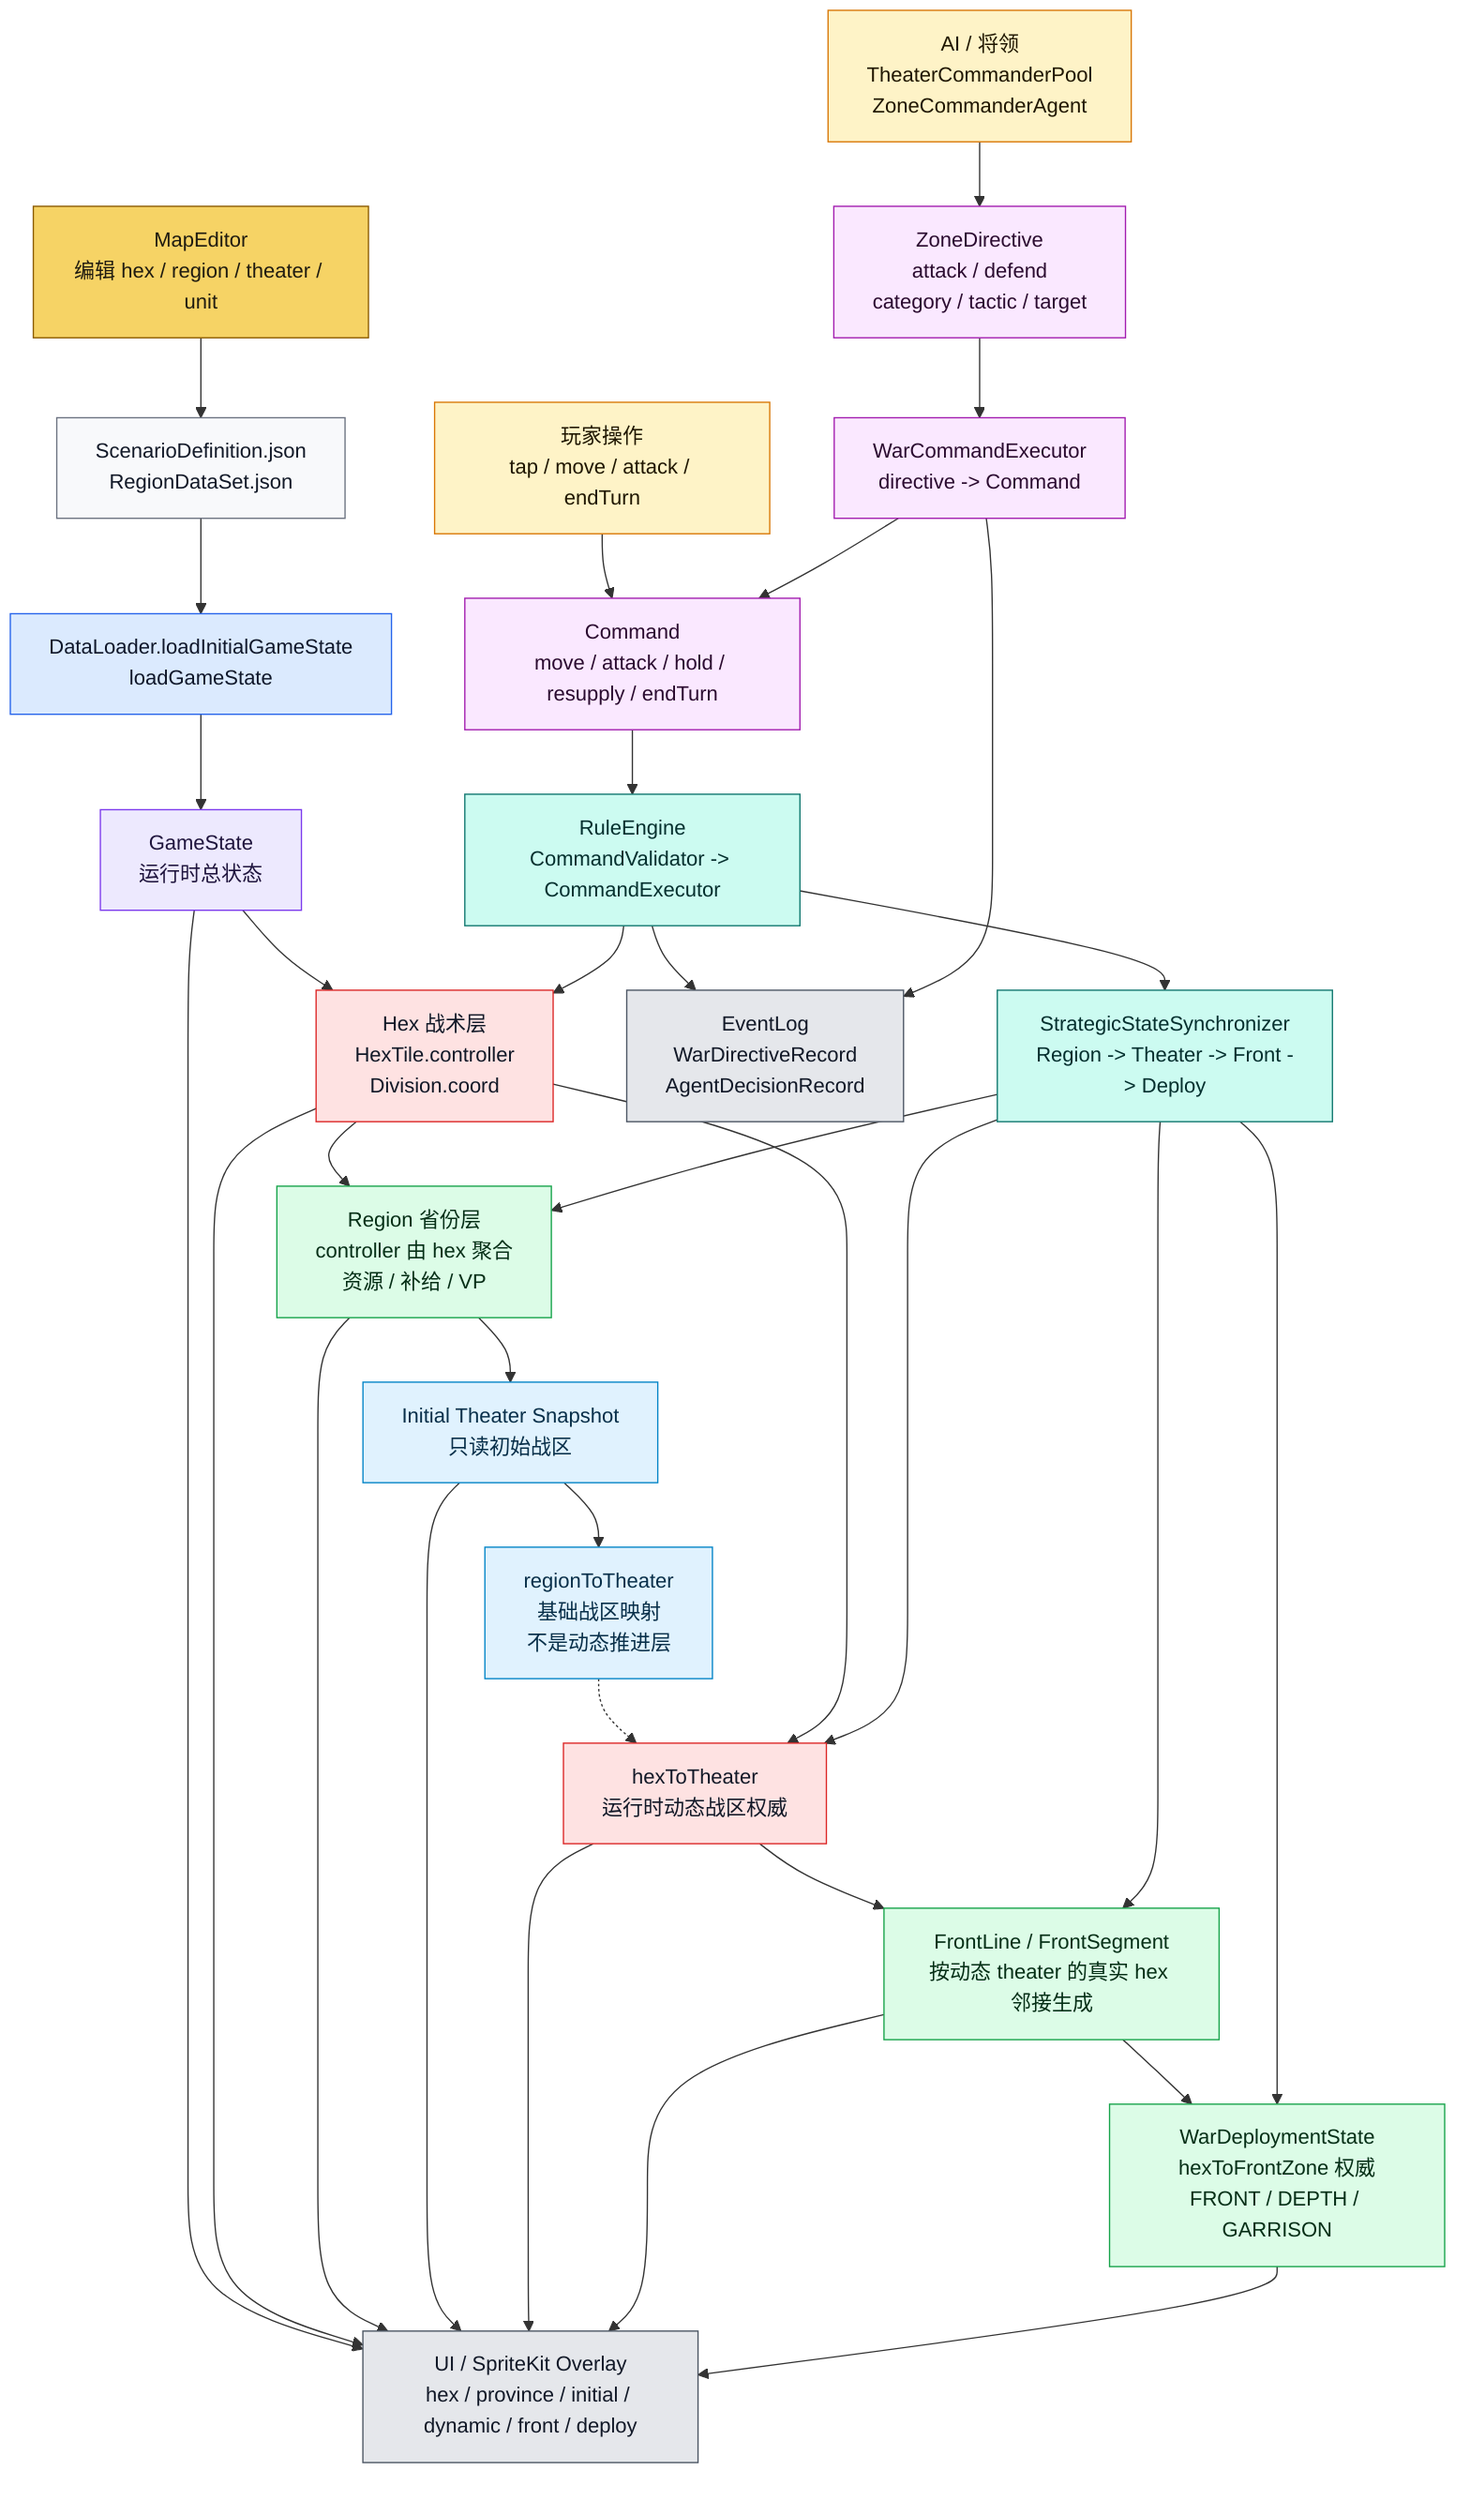
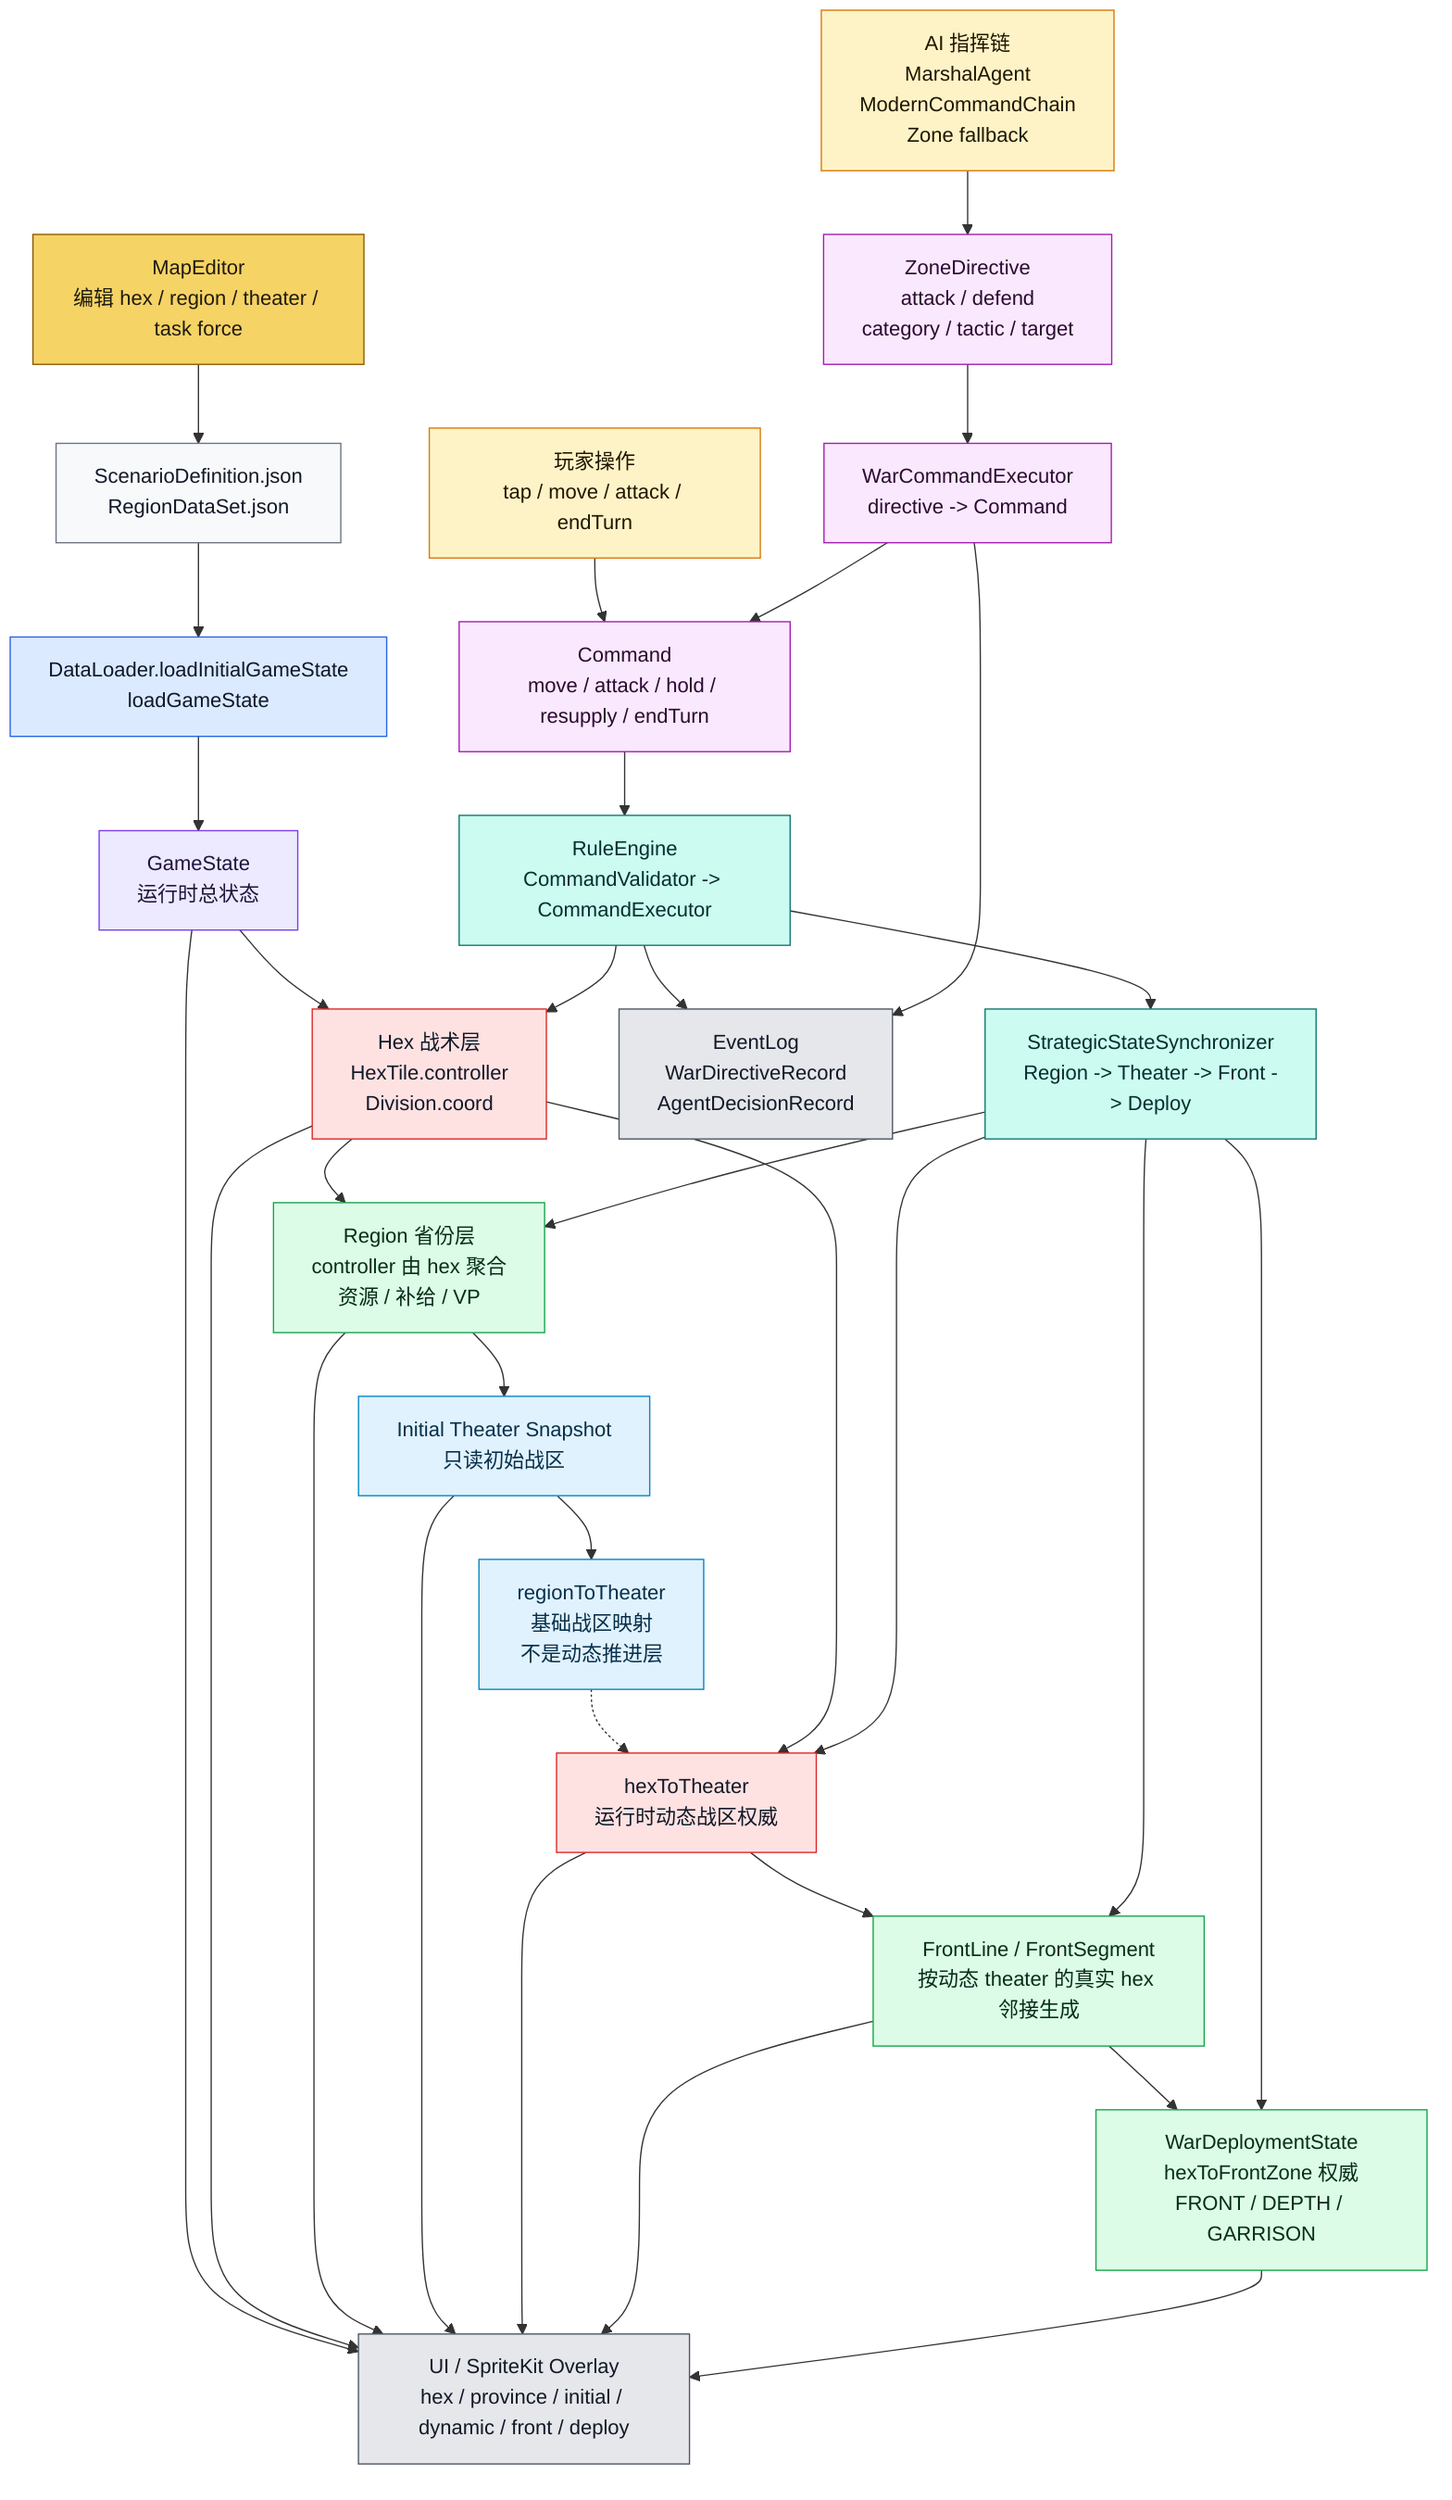
flowchart TD
-     ME["MapEditor<br/>编辑 hex / region / theater / unit"]:::editor
+     ME["MapEditor<br/>编辑 hex / region / theater / task force"]:::editor
    JSON["ScenarioDefinition.json<br/>RegionDataSet.json"]:::data
    DL["DataLoader.loadInitialGameState<br/>loadGameState"]:::loader
    GS["GameState<br/>运行时总状态"]:::state

    HEX["Hex 战术层<br/>HexTile.controller<br/>Division.coord"]:::authority
    REGION["Region 省份层<br/>controller 由 hex 聚合<br/>资源 / 补给 / VP"]:::derived
    INIT["Initial Theater Snapshot<br/>只读初始战区"]:::snapshot
    R2T["regionToTheater<br/>基础战区映射<br/>不是动态推进层"]:::snapshot
    H2T["hexToTheater<br/>运行时动态战区权威"]:::authority
    FRONT["FrontLine / FrontSegment<br/>按动态 theater 的真实 hex 邻接生成"]:::derived
    DEPLOY["WarDeploymentState<br/>hexToFrontZone 权威<br/>FRONT / DEPTH / GARRISON"]:::derived

    PLAYER["玩家操作<br/>tap / move / attack / endTurn"]:::input
-     AI["AI / 将领<br/>TheaterCommanderPool<br/>ZoneCommanderAgent"]:::input
+     AI["AI 指挥链<br/>MarshalAgent<br/>ModernCommandChain<br/>Zone fallback"]:::input
    ZD["ZoneDirective<br/>attack / defend<br/>category / tactic / target"]:::command
    WCE["WarCommandExecutor<br/>directive -> Command"]:::command
    CMD["Command<br/>move / attack / hold / resupply / endTurn"]:::command
    RE["RuleEngine<br/>CommandValidator -> CommandExecutor"]:::rules
    SYNC["StrategicStateSynchronizer<br/>Region -> Theater -> Front -> Deploy"]:::rules

    UI["UI / SpriteKit Overlay<br/>hex / province / initial / dynamic / front / deploy"]:::ui
    LOG["EventLog<br/>WarDirectiveRecord<br/>AgentDecisionRecord"]:::ui

    ME --> JSON --> DL --> GS
    GS --> HEX
    HEX --> REGION
    REGION --> INIT
    INIT --> R2T
    R2T -.-> H2T
    HEX --> H2T
    H2T --> FRONT --> DEPLOY

    PLAYER --> CMD
    AI --> ZD --> WCE --> CMD
    CMD --> RE --> HEX
    RE --> SYNC
    SYNC --> REGION
    SYNC --> H2T
    SYNC --> FRONT
    SYNC --> DEPLOY

    GS --> UI
    HEX --> UI
    REGION --> UI
    INIT --> UI
    H2T --> UI
    FRONT --> UI
    DEPLOY --> UI
    RE --> LOG
    WCE --> LOG

    classDef editor fill:#f6d365,stroke:#8a5a00,color:#1f1b10
    classDef data fill:#f8f9fb,stroke:#6b7280,color:#111827
    classDef loader fill:#dbeafe,stroke:#2563eb,color:#0f172a
    classDef state fill:#ede9fe,stroke:#7c3aed,color:#1f143d
    classDef authority fill:#fee2e2,stroke:#dc2626,color:#111827
    classDef derived fill:#dcfce7,stroke:#16a34a,color:#052e16
    classDef snapshot fill:#e0f2fe,stroke:#0284c7,color:#082f49
    classDef input fill:#fef3c7,stroke:#d97706,color:#1f1600
    classDef command fill:#fae8ff,stroke:#a21caf,color:#2a0a2f
    classDef rules fill:#ccfbf1,stroke:#0f766e,color:#042f2e
    classDef ui fill:#e5e7eb,stroke:#4b5563,color:#111827
